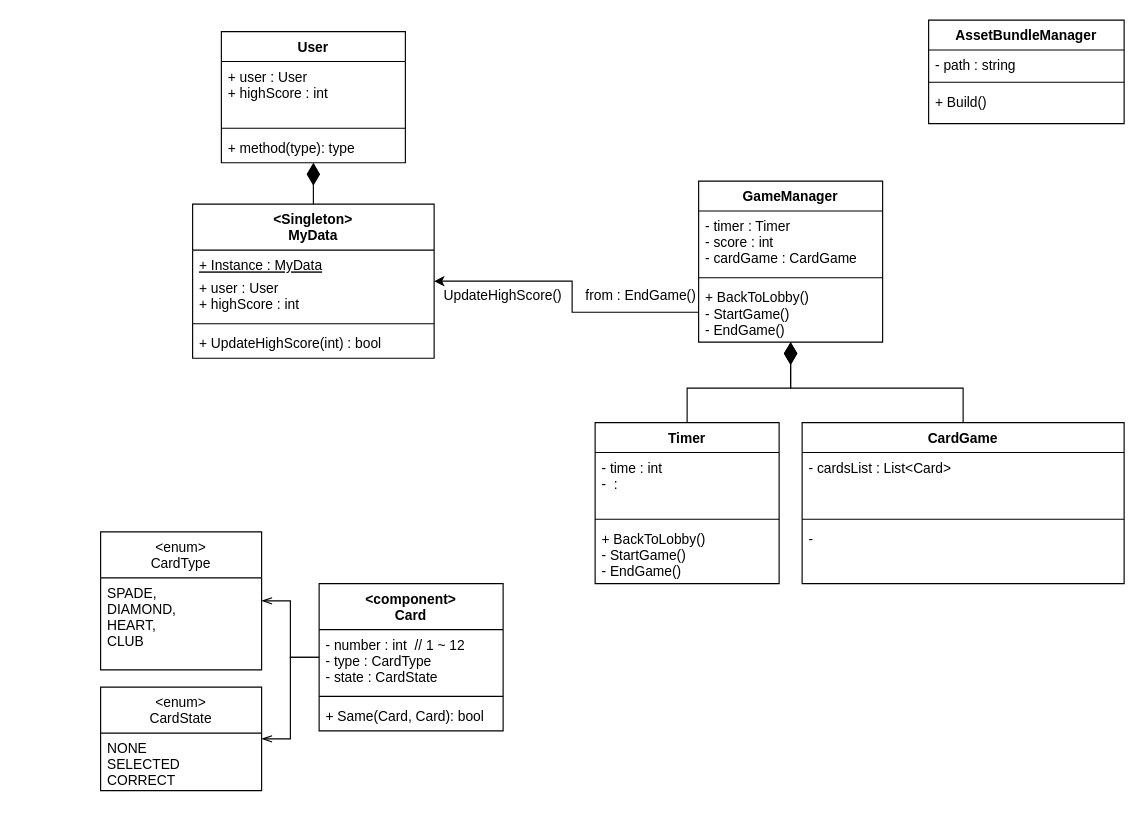
Earlier version of the draw.io diagram Diagram.drawio (s-saens/CardMemory). Source tidied: cells renumbered, new cells numbered last; positions are measured from the earlier drawing's top-left corner, leaving out a move shared by most shapes. Both pictures are drawn from the tidied source at 115%, with x=0, y=0 at pixel (100, 20).
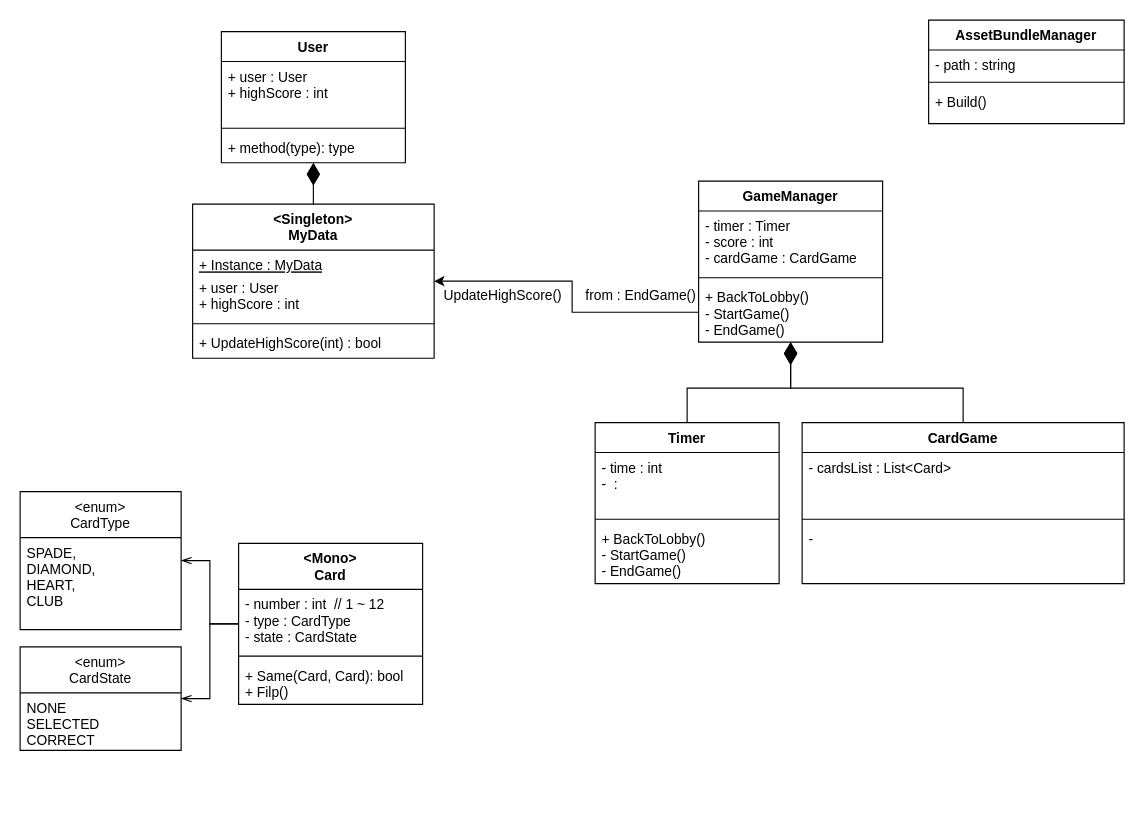
The same page after the edit.

Diff of the diagram source:
```diff
@@
-    <mxCell id="14" value="&lt;component&gt;&#10;Card" style="swimlane;fontStyle=1;align=center;verticalAlign=top;horizontal=1;startSize=40;" parent="1" vertex="1">
-      <mxGeometry x="190" y="490" width="160" height="128" as="geometry" />
+    <mxCell id="14" value="&lt;Mono&gt;&#10;Card" style="swimlane;fontStyle=1;align=center;verticalAlign=top;horizontal=1;startSize=40;" parent="1" vertex="1">
+      <mxGeometry x="120" y="455" width="160" height="140" as="geometry" />
     </mxCell>
@@
-    <mxCell id="17" value="+ Same(Card, Card): bool" style="text;strokeColor=none;fillColor=none;align=left;verticalAlign=top;spacingLeft=4;spacingRight=4;overflow=hidden;" parent="14" vertex="1">
-      <mxGeometry y="102" width="160" height="26" as="geometry" />
+    <mxCell id="17" value="+ Same(Card, Card): bool&#10;+ Filp()" style="text;strokeColor=none;fillColor=none;align=left;verticalAlign=top;spacingLeft=4;spacingRight=4;overflow=hidden;" parent="14" vertex="1">
+      <mxGeometry y="102" width="160" height="38" as="geometry" />
     </mxCell>
     <mxCell id="18" value="&lt;enum&gt;&#10;CardType" style="swimlane;fontStyle=0;horizontal=1;startSize=40;fillColor=none;" parent="1" vertex="1">
-      <mxGeometry y="445" width="140" height="120" as="geometry" />
+      <mxGeometry x="-70" y="410" width="140" height="120" as="geometry" />
     </mxCell>
@@
     <mxCell id="29" value="&lt;enum&gt;&#10;CardState" style="swimlane;fontStyle=0;horizontal=1;startSize=40;fillColor=none;" parent="1" vertex="1">
-      <mxGeometry y="580" width="140" height="90" as="geometry" />
+      <mxGeometry x="-70" y="545" width="140" height="90" as="geometry" />
     </mxCell>
```
